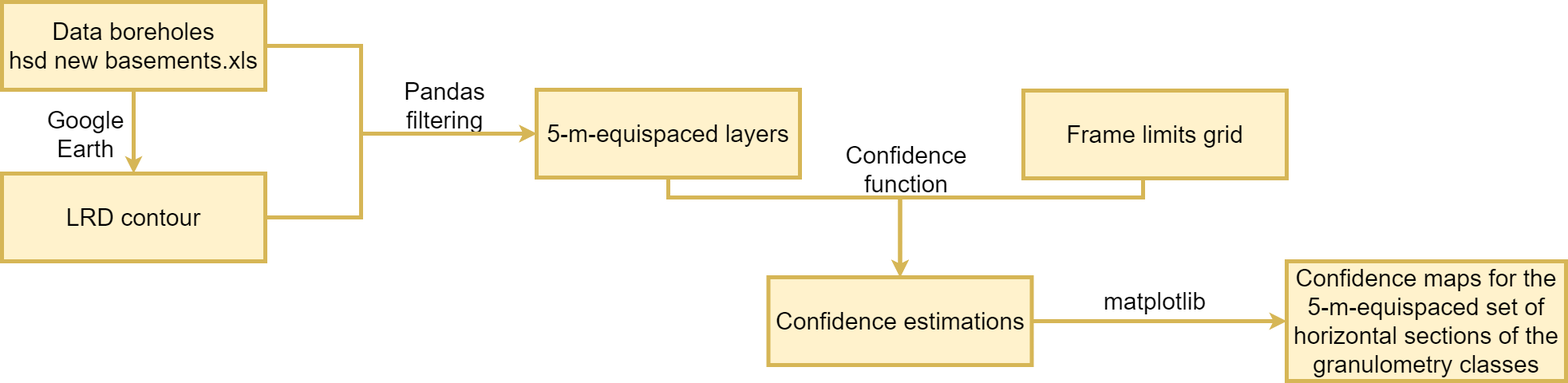
Before: diagrams/horizontal confidence maps.png, a diagram exported from draw.io (dcabezas98/confidence-knn-stratigraphic-visualization). Source tidied: cells renumbered, new cells last; positions are measured from the earlier drawing's top-left corner, leaving out a move shared by most shapes.
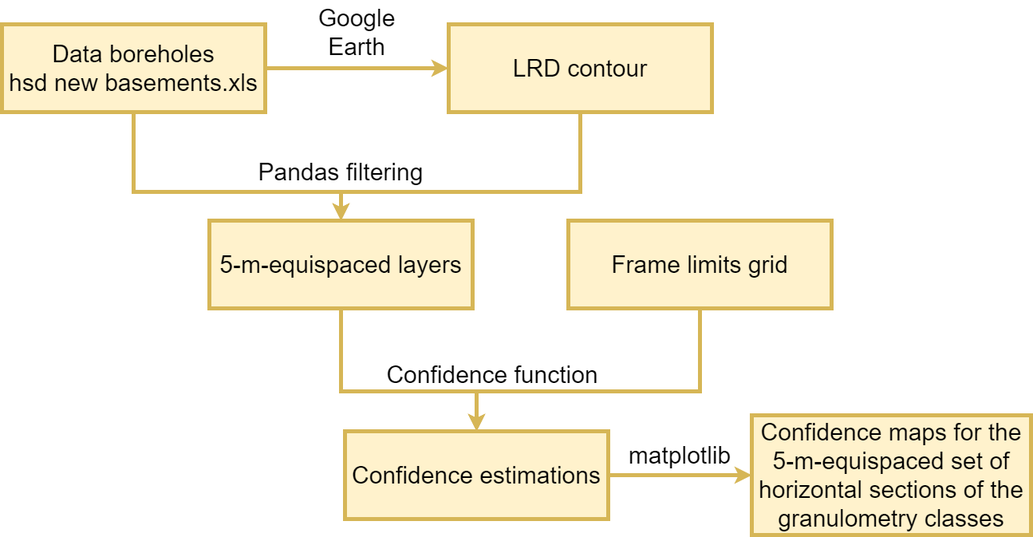
After the commit.

What changed in the source:
```diff
@@ -3,78 +3,72 @@
     <mxCell id="0" />
     <mxCell id="1" parent="0" />
     <mxCell id="2" value="Pandas filtering" style="text;html=1;align=center;verticalAlign=middle;whiteSpace=wrap;rounded=0;fontFamily=Helvetica;fontSize=30;" parent="1" vertex="1">
-      <mxGeometry x="470" y="85" width="170" height="90" as="geometry" />
+      <mxGeometry x="325" y="95" width="260" height="90" as="geometry" />
     </mxCell>
     <mxCell id="3" value="Google&lt;br style=&quot;font-size: 30px;&quot;&gt;Earth" style="text;html=1;align=center;verticalAlign=middle;whiteSpace=wrap;rounded=0;fontFamily=Helvetica;fontSize=30;" parent="1" vertex="1">
-      <mxGeometry x="40" y="126" width="130" height="80" as="geometry" />
+      <mxGeometry x="410" y="-75" width="130" height="80" as="geometry" />
     </mxCell>
-    <mxCell id="4" value="&lt;div&gt;Confidence function&lt;/div&gt;" style="text;html=1;align=center;verticalAlign=middle;whiteSpace=wrap;rounded=0;fontFamily=Helvetica;fontSize=30;" parent="1" vertex="1">
-      <mxGeometry x="1040" y="161" width="187" height="97" as="geometry" />
-    </mxCell>
     <mxCell id="5" value="matplotlib" style="text;html=1;align=center;verticalAlign=middle;whiteSpace=wrap;rounded=0;fontFamily=Helvetica;fontSize=30;" parent="1" vertex="1">
-      <mxGeometry x="1295" y="355" width="300" height="40" as="geometry" />
+      <mxGeometry x="730" y="475" width="300" height="40" as="geometry" />
     </mxCell>
-    <mxCell id="6" style="edgeStyle=orthogonalEdgeStyle;rounded=0;jettySize=auto;html=1;exitX=0.5;exitY=1;exitDx=0;exitDy=0;fontSize=30;fillColor=#fff2cc;strokeColor=#d6b656;strokeWidth=5;" parent="1" edge="1" source="8" target="10">
+    <mxCell id="6" style="edgeStyle=orthogonalEdgeStyle;rounded=0;jettySize=auto;html=1;exitX=1;exitY=0.5;exitDx=0;exitDy=0;entryX=0;entryY=0.5;entryDx=0;entryDy=0;fillColor=#fff2cc;strokeColor=#d6b656;strokeWidth=5;" parent="1" edge="1" source="8" target="10">
       <mxGeometry relative="1" as="geometry" />
     </mxCell>
-    <mxCell id="7" style="edgeStyle=orthogonalEdgeStyle;rounded=0;jettySize=auto;html=1;exitX=1;exitY=0.5;exitDx=0;exitDy=0;entryX=0;entryY=0.5;entryDx=0;entryDy=0;fontSize=30;strokeWidth=5;fillColor=#fff2cc;strokeColor=#d6b656;" parent="1" edge="1" source="8" target="12">
+    <mxCell id="7" style="edgeStyle=orthogonalEdgeStyle;rounded=0;jettySize=auto;html=1;exitX=0.5;exitY=1;exitDx=0;exitDy=0;entryX=0.5;entryY=0;entryDx=0;entryDy=0;strokeWidth=5;fillColor=#fff2cc;strokeColor=#d6b656;" parent="1" edge="1" source="8" target="12">
       <mxGeometry relative="1" as="geometry">
         <Array as="points">
-          <mxPoint x="450" y="55" />
-          <mxPoint x="450" y="165" />
+          <mxPoint x="195" y="165" />
+          <mxPoint x="455" y="165" />
         </Array>
       </mxGeometry>
     </mxCell>
     <mxCell id="8" value="&lt;div style=&quot;font-size: 30px;&quot;&gt;Data boreholes&lt;br style=&quot;font-size: 30px;&quot;&gt;&lt;/div&gt;&lt;div style=&quot;font-size: 30px;&quot;&gt;hsd new basements.xls&lt;/div&gt;" style="rounded=0;whiteSpace=wrap;html=1;fontSize=30;fillColor=#fff2cc;strokeColor=#d6b656;strokeWidth=5;" parent="1" vertex="1">
-      <mxGeometry width="330" height="110" as="geometry" />
+      <mxGeometry x="30" y="-45" width="330" height="110" as="geometry" />
     </mxCell>
-    <mxCell id="9" style="edgeStyle=orthogonalEdgeStyle;rounded=0;jettySize=auto;html=1;exitX=1;exitY=0.5;exitDx=0;exitDy=0;entryX=0;entryY=0.5;entryDx=0;entryDy=0;fontSize=30;strokeWidth=5;fillColor=#fff2cc;strokeColor=#d6b656;" parent="1" edge="1" source="10" target="12">
+    <mxCell id="9" style="edgeStyle=orthogonalEdgeStyle;rounded=0;jettySize=auto;html=1;exitX=0.5;exitY=1;exitDx=0;exitDy=0;entryX=0.5;entryY=0;entryDx=0;entryDy=0;strokeWidth=5;fillColor=#fff2cc;strokeColor=#d6b656;" parent="1" edge="1" source="10" target="12">
       <mxGeometry relative="1" as="geometry">
         <Array as="points">
-          <mxPoint x="450" y="270" />
-          <mxPoint x="450" y="165" />
+          <mxPoint x="755" y="165" />
+          <mxPoint x="455" y="165" />
         </Array>
       </mxGeometry>
     </mxCell>
     <mxCell id="10" value="LRD contour" style="rounded=0;whiteSpace=wrap;html=1;fontSize=30;fillColor=#fff2cc;strokeColor=#d6b656;strokeWidth=5;" parent="1" vertex="1">
-      <mxGeometry y="215" width="330" height="110" as="geometry" />
+      <mxGeometry x="590" y="-45" width="330" height="110" as="geometry" />
     </mxCell>
-    <mxCell id="11" style="edgeStyle=orthogonalEdgeStyle;rounded=0;jettySize=auto;html=1;exitX=0.5;exitY=1;exitDx=0;exitDy=0;entryX=0.5;entryY=0;entryDx=0;entryDy=0;fontSize=30;strokeWidth=5;fillColor=#fff2cc;strokeColor=#d6b656;" parent="1" edge="1" source="12" target="16">
+    <mxCell id="11" style="edgeStyle=orthogonalEdgeStyle;rounded=0;jettySize=auto;html=1;exitX=0.5;exitY=1;exitDx=0;exitDy=0;strokeWidth=5;fillColor=#fff2cc;strokeColor=#d6b656;" parent="1" edge="1" source="12" target="16">
       <mxGeometry relative="1" as="geometry">
         <Array as="points">
-          <mxPoint x="835" y="245" />
-          <mxPoint x="1126" y="245" />
+          <mxPoint x="455" y="415" />
+          <mxPoint x="625" y="415" />
         </Array>
       </mxGeometry>
     </mxCell>
     <mxCell id="12" value="5-m-equispaced layers" style="rounded=0;whiteSpace=wrap;html=1;fontSize=30;fillColor=#fff2cc;strokeColor=#d6b656;strokeWidth=5;" parent="1" vertex="1">
-      <mxGeometry x="670" y="110" width="330" height="110" as="geometry" />
+      <mxGeometry x="290" y="201" width="330" height="110" as="geometry" />
     </mxCell>
-    <mxCell id="13" style="edgeStyle=orthogonalEdgeStyle;rounded=0;jettySize=auto;html=1;exitX=0.5;exitY=1;exitDx=0;exitDy=0;entryX=0.5;entryY=0;entryDx=0;entryDy=0;fontSize=30;strokeWidth=5;fillColor=#fff2cc;strokeColor=#d6b656;" parent="1" edge="1" source="14" target="16">
+    <mxCell id="13" style="edgeStyle=orthogonalEdgeStyle;rounded=0;jettySize=auto;html=1;exitX=0.5;exitY=1;exitDx=0;exitDy=0;entryX=0.5;entryY=0;entryDx=0;entryDy=0;strokeWidth=5;fillColor=#fff2cc;strokeColor=#d6b656;" parent="1" edge="1" source="14" target="16">
       <mxGeometry relative="1" as="geometry">
         <Array as="points">
-          <mxPoint x="1430" y="221" />
-          <mxPoint x="1430" y="245" />
-          <mxPoint x="1126" y="245" />
+          <mxPoint x="905" y="415" />
+          <mxPoint x="625" y="415" />
         </Array>
       </mxGeometry>
     </mxCell>
     <mxCell id="14" value="Frame limits grid" style="rounded=0;whiteSpace=wrap;html=1;fontSize=30;fillColor=#fff2cc;strokeColor=#d6b656;strokeWidth=5;" parent="1" vertex="1">
-      <mxGeometry x="1280" y="111" width="330" height="110" as="geometry" />
+      <mxGeometry x="740" y="201" width="330" height="110" as="geometry" />
     </mxCell>
-    <mxCell id="15" style="edgeStyle=orthogonalEdgeStyle;rounded=0;jettySize=auto;html=1;exitX=1;exitY=0.5;exitDx=0;exitDy=0;fontSize=30;strokeWidth=5;fillColor=#fff2cc;strokeColor=#d6b656;" parent="1" edge="1" source="16" target="17">
-      <mxGeometry relative="1" as="geometry">
-        <Array as="points">
-          <mxPoint x="1390" y="400" />
-          <mxPoint x="1390" y="400" />
-        </Array>
-      </mxGeometry>
+    <mxCell id="15" style="edgeStyle=orthogonalEdgeStyle;rounded=0;jettySize=auto;html=1;exitX=1;exitY=0.5;exitDx=0;exitDy=0;entryX=0;entryY=0.5;entryDx=0;entryDy=0;strokeWidth=5;fillColor=#fff2cc;strokeColor=#d6b656;" parent="1" edge="1" source="16" target="17">
+      <mxGeometry relative="1" as="geometry" />
     </mxCell>
     <mxCell id="16" value="Confidence estimations" style="rounded=0;whiteSpace=wrap;html=1;fontSize=30;fillColor=#fff2cc;strokeColor=#d6b656;strokeWidth=5;" parent="1" vertex="1">
-      <mxGeometry x="960.5" y="345" width="330" height="110" as="geometry" />
+      <mxGeometry x="460" y="465" width="330" height="110" as="geometry" />
     </mxCell>
     <mxCell id="17" value="Confidence maps for the &lt;br&gt;5-m-equispaced set of horizontal sections of the granulometry classes" style="rounded=0;whiteSpace=wrap;html=1;fontSize=30;fillColor=#fff2cc;strokeColor=#d6b656;strokeWidth=5;" parent="1" vertex="1">
-      <mxGeometry x="1610" y="325" width="350" height="150" as="geometry" />
+      <mxGeometry x="970" y="445" width="350" height="150" as="geometry" />
     </mxCell>
+    <mxCell id="4" value="&lt;div&gt;Confidence function&lt;/div&gt;" style="text;html=1;align=center;verticalAlign=middle;whiteSpace=wrap;rounded=0;fontFamily=Helvetica;fontSize=30;" parent="1" vertex="1">
+      <mxGeometry x="510" y="345" width="270" height="97" as="geometry" />
+    </mxCell>
   </root>
 </mxGraphModel>
```
